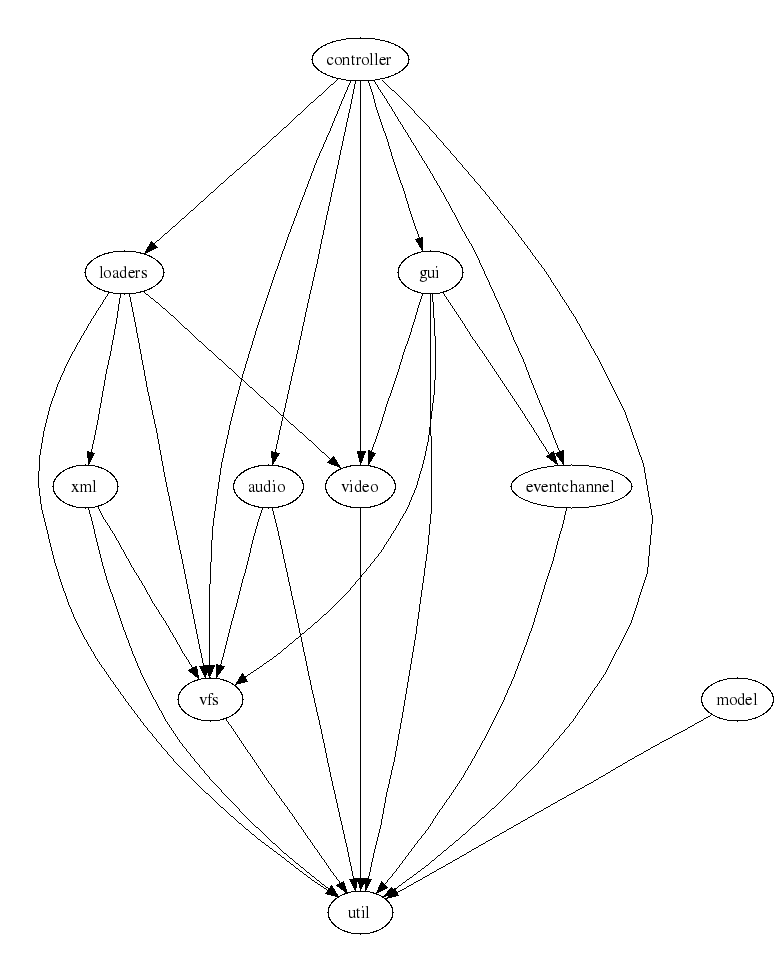
The Graphviz diagram doc/dependencies/moduledeps.png in fifengine/fifengine, before a commit. Its source is kept beside it as doc/dependencies/moduledeps.dot.
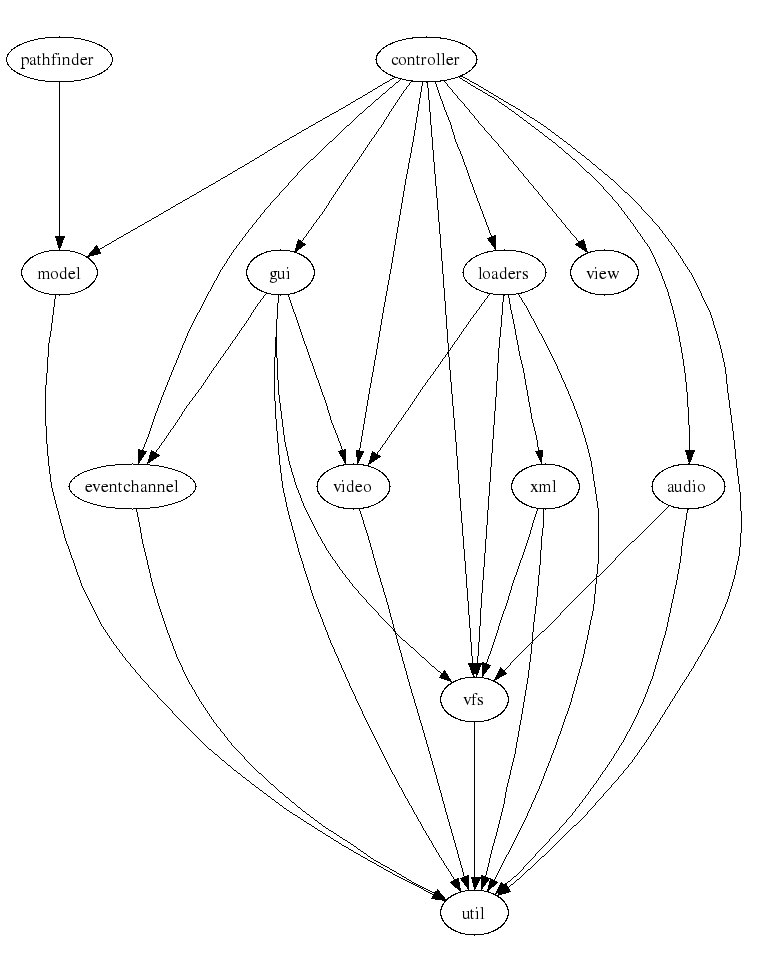
Above is the later version.

The edit, as a diff of the source:
```diff
@@ -7,6 +7,7 @@
     clusterrank="local";
     "xml" -> "util"
     "xml" -> "vfs"
+    "pathfinder" -> "model"
     "gui" -> "util"
     "gui" -> "vfs"
     "gui" -> "video"
@@ -21,8 +22,10 @@
     "controller" -> "loaders"
     "controller" -> "util"
     "controller" -> "video"
+    "controller" -> "model"
     "controller" -> "audio"
     "controller" -> "vfs"
+    "controller" -> "view"
     "video" -> "util"
     "model" -> "util"
     "audio" -> "util"
```
